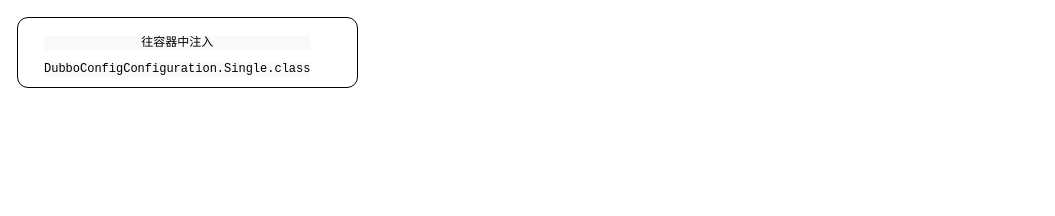
This is dubbo/dubbo注解配置原理2.drawio from erlieStar/diagrams, a draw.io file, before an edit. Source tidied: cells renumbered, new cells numbered last; positions are measured from the earlier drawing's top-left corner, leaving out a move shared by most shapes. Both pictures are drawn from the tidied source at 100%, with x=0, y=0 at pixel (17, 17).
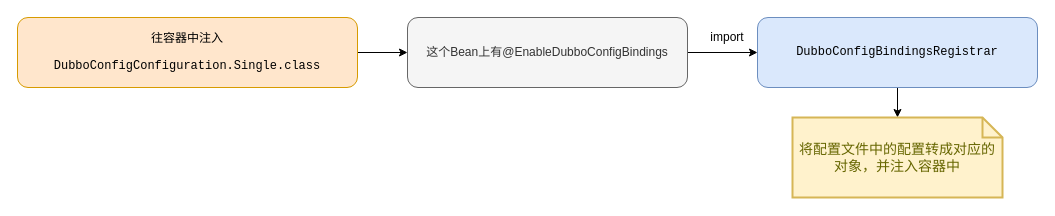
Above is the later version.

Commit message (it also covers changes not shown here):
Update dubbo注解配置原理2.drawio

Change to the diagram source:
```diff
@@
 <mxGraphModel>
   <root>
     <mxCell id="0" />
     <mxCell id="1" parent="0" />
+    <mxCell id="4" style="edgeStyle=orthogonalEdgeStyle;rounded=0;jettySize=auto;html=1;" parent="1" edge="1" source="2" target="6">
+      <mxGeometry relative="1" as="geometry" />
+    </mxCell>
-    <mxCell id="2" style="rounded=1;whiteSpace=wrap;html=1;" parent="1" vertex="1">
+    <mxCell id="2" value="&lt;pre&gt;往容器中注入&lt;/pre&gt;&lt;pre&gt;DubboConfigConfiguration.Single.class&lt;/pre&gt;" style="rounded=1;whiteSpace=wrap;html=1;fillColor=#ffe6cc;strokeColor=#d79b00;" parent="1" vertex="1">
       <mxGeometry width="340" height="70" as="geometry" />
     </mxCell>
-    <mxCell id="3" value="&lt;pre style=&quot;color: rgb(0 , 0 , 0) ; font-size: 12px ; font-style: normal ; font-weight: 400 ; letter-spacing: normal ; text-align: center ; text-indent: 0px ; text-transform: none ; word-spacing: 0px ; background-color: rgb(248 , 249 , 250)&quot;&gt;往容器中注入&lt;/pre&gt;&lt;pre style=&quot;color: rgb(0 , 0 , 0) ; font-size: 12px ; font-style: normal ; font-weight: 400 ; letter-spacing: normal ; text-align: center ; text-indent: 0px ; text-transform: none ; word-spacing: 0px ; background-color: rgb(248 , 249 , 250)&quot;&gt;DubboConfigConfiguration.Single.class&lt;/pre&gt;" style="text;whiteSpace=wrap;html=1;" parent="1" vertex="1">
-      <mxGeometry x="25" width="290" height="50" as="geometry" />
-    </mxCell>
+    <mxCell id="5" style="edgeStyle=orthogonalEdgeStyle;rounded=0;jettySize=auto;html=1;" parent="1" edge="1" source="6" target="8">
+      <mxGeometry relative="1" as="geometry" />
+    </mxCell>
+    <mxCell id="6" value="这个Bean上有@EnableDubboConfigBindings" style="rounded=1;whiteSpace=wrap;html=1;fillColor=#f5f5f5;strokeColor=#666666;fontColor=#333333;" parent="1" vertex="1">
+      <mxGeometry x="390" width="280" height="70" as="geometry" />
+    </mxCell>
+    <mxCell id="7" style="edgeStyle=orthogonalEdgeStyle;rounded=0;jettySize=auto;html=1;" parent="1" edge="1" source="8" target="9">
+      <mxGeometry relative="1" as="geometry" />
+    </mxCell>
+    <mxCell id="8" value="&lt;pre&gt;DubboConfigBindingsRegistrar&lt;/pre&gt;" style="rounded=1;whiteSpace=wrap;html=1;fillColor=#dae8fc;strokeColor=#6c8ebf;" parent="1" vertex="1">
+      <mxGeometry x="740" width="280" height="70" as="geometry" />
+    </mxCell>
+    <mxCell id="9" value="将配置文件中的配置转成对应的对象，并注入容器中" style="shape=note;strokeWidth=2;fontSize=14;size=20;whiteSpace=wrap;html=1;fillColor=#fff2cc;strokeColor=#d6b656;fontColor=#666600;" parent="1" vertex="1">
+      <mxGeometry x="775" y="100" width="210" height="80" as="geometry" />
+    </mxCell>
+    <mxCell id="10" value="import" style="text;html=1;strokeColor=none;fillColor=none;align=center;verticalAlign=middle;whiteSpace=wrap;rounded=0;" parent="1" vertex="1">
+      <mxGeometry x="690" y="10" width="40" height="20" as="geometry" />
+    </mxCell>
   </root>
 </mxGraphModel>
```
